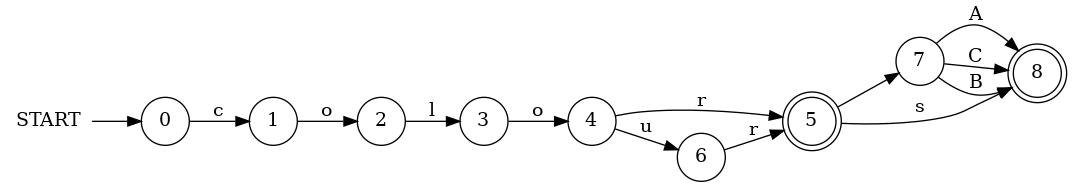
Earlier version of the Graphviz export examples/question.dot.png (Double-oxygeN/RegExp2DFA). Its source is kept beside it as examples/question.dot.
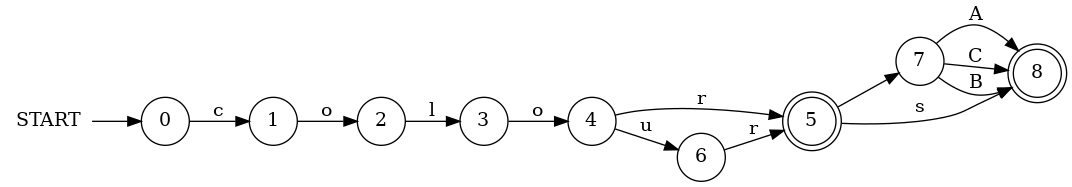
The same file after the commit.

Change to the diagram source:
```diff
@@ -1,9 +1,6 @@
 digraph {
   graph [rankdir=LR];
 
-  START [shape=plaintext];
-
-  START -> q_0;
   q_0 [shape=circle, label="0"];
   q_1 [shape=circle, label="1"];
   q_2 [shape=circle, label="2"];
@@ -13,6 +10,9 @@
   q_6 [shape=circle, label="6"];
   q_7 [shape=circle, label="7"];
   q_8 [shape=doublecircle, label="8"];
+  START [shape=plaintext];
+
+  START -> q_0;
   q_6 -> q_5 [label="r"];
   q_7 -> q_8 [label="A"];
   q_7 -> q_8 [label="C"];
```
